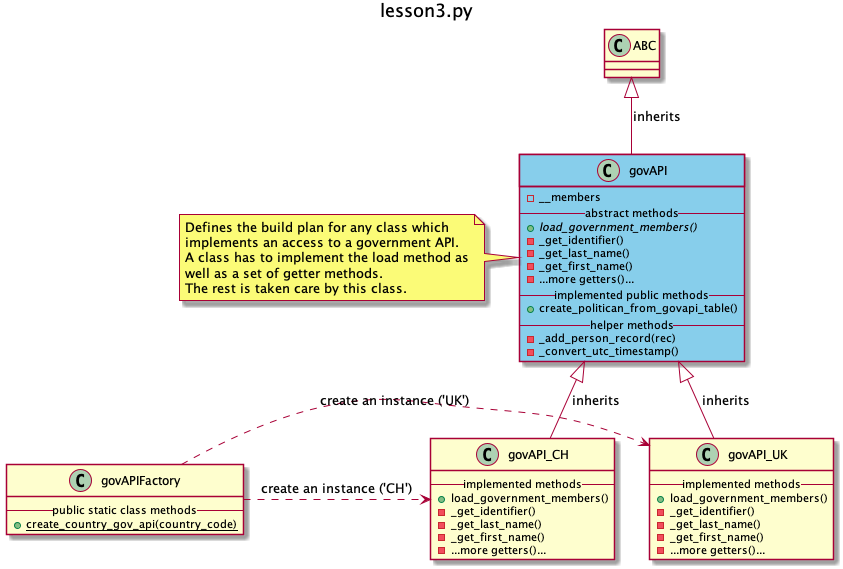
The PlantUML diagram model/out/lesson3-class-simplified.png in talfco/clb-sentiment, before a commit.
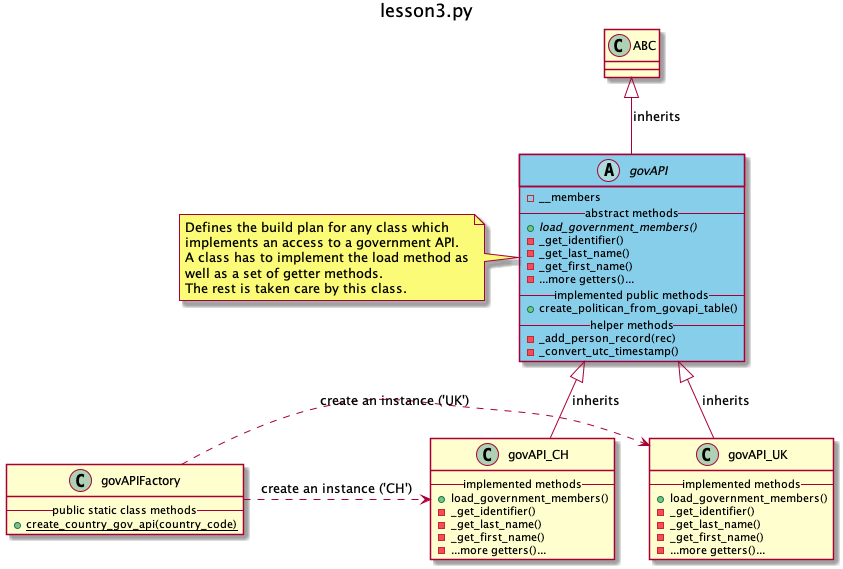
The same file after the commit.

The edit, as a diff of the source:
```diff
@@ -5,7 +5,8 @@
 class ABC {
 }
 
-class govAPI #SkyBlue {
+
+abstract class govAPI #SkyBlue {
   -__members
   -- abstract methods --
   {abstract} +load_government_members()
```
